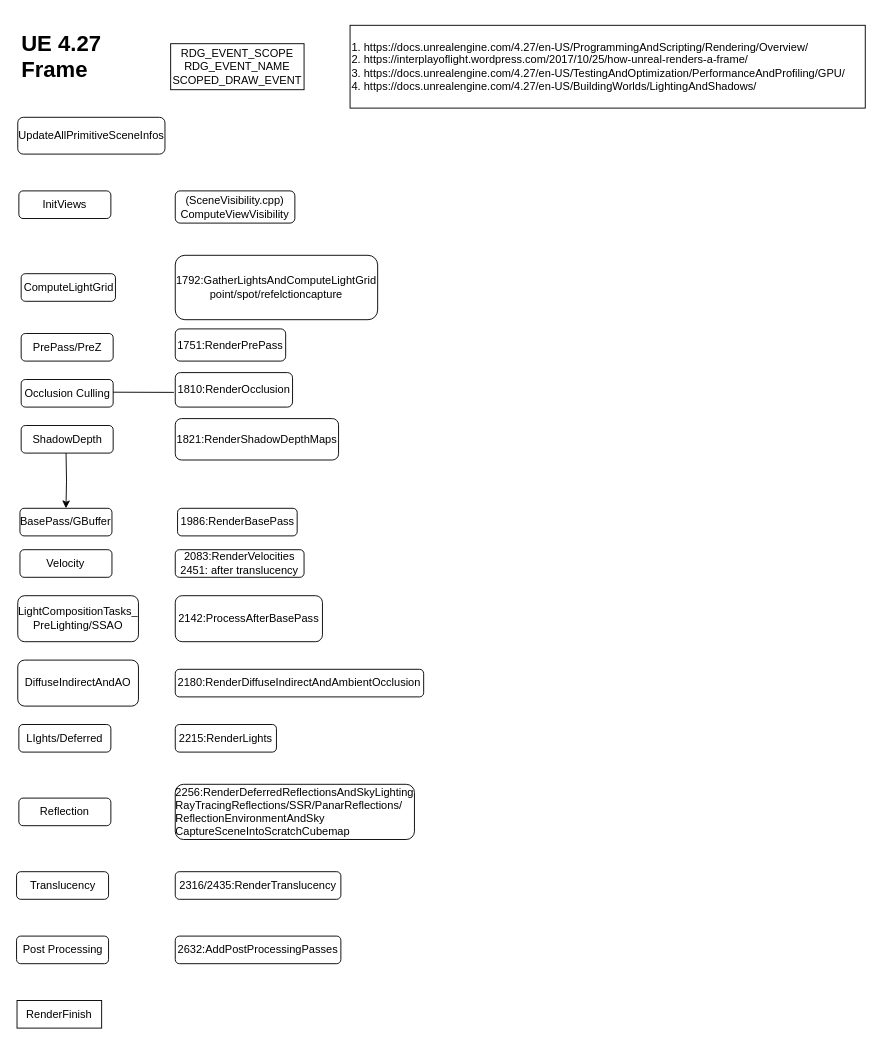
Above: UE4Gram.drawio in cedarz/UE4Gram (draw.io), before the change. Source tidied: cells renumbered, new cells numbered last; positions are measured from the earlier drawing's top-left corner, leaving out a move shared by most shapes. Both pictures are drawn from the tidied source at 92%, with x=0, y=0 at pixel (17, 25).
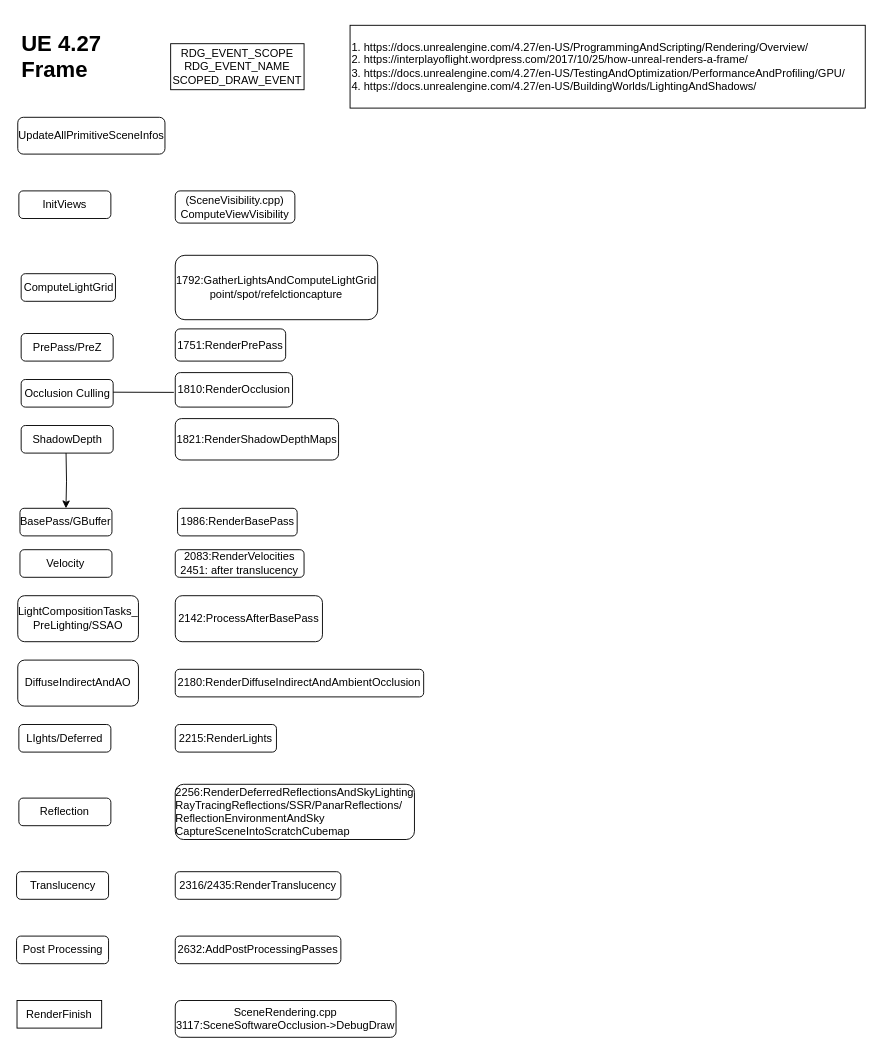
Above is the later version.

Diff of the diagram source:
```diff
@@
+    <mxCell id="35" value="SceneRendering.cpp&lt;br&gt;3117:SceneSoftwareOcclusion-&amp;gt;DebugDraw" style="rounded=1;whiteSpace=wrap;html=1;" parent="1" vertex="1">
+      <mxGeometry x="172" y="1060" width="240" height="40" as="geometry" />
+    </mxCell>
```
